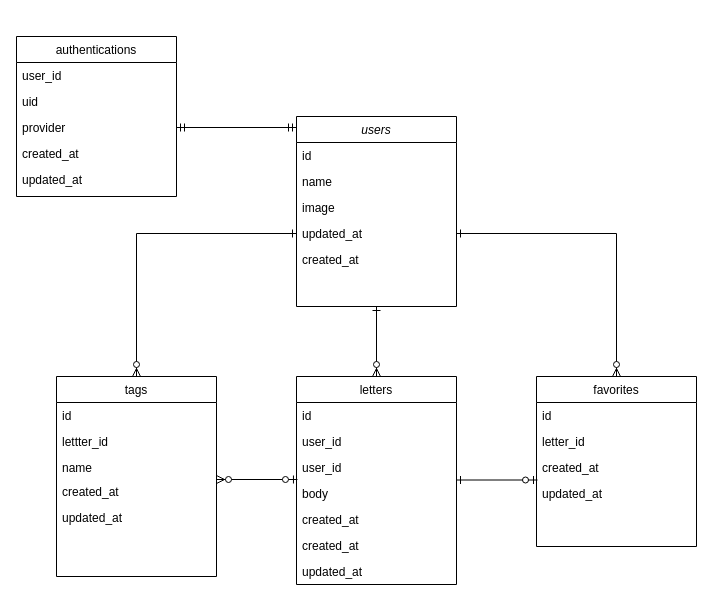
yanokohei/goenbako keeps this draw.io diagram as Untitled Diagram.drawio. Above is the earlier version. Source tidied: cells renumbered, new cells numbered last; positions are measured from the earlier drawing's top-left corner, leaving out a move shared by most shapes. Both pictures are drawn from the tidied source at 100%, with x=0, y=0 at pixel (16, 36).
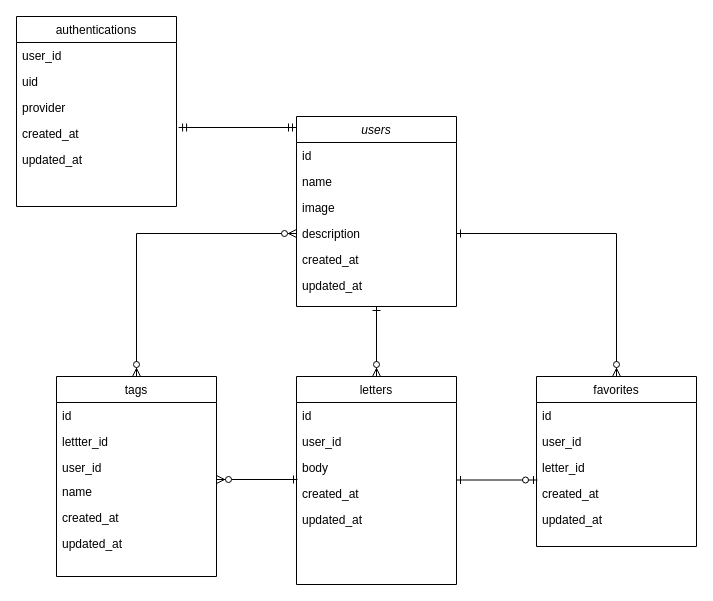
Above is the later version.

The change refers to these unchanged cells:
```xml
<mxCell id="3" value="users" style="swimlane;fontStyle=2;align=center;verticalAlign=top;horizontal=1;startSize=26;rounded=0;shadow=0;strokeWidth=1;" parent="1" vertex="1">
  <mxGeometry x="280" y="80" width="160" height="190" as="geometry" />
</mxCell>
<mxCell id="12" value="provider" style="text;align=left;verticalAlign=top;spacingLeft=4;spacingRight=4;overflow=hidden;points=[[0,0.5],[1,0.5]];portConstraint=eastwest;rounded=0;shadow=0;html=0;" parent="9" vertex="1">
  <mxGeometry y="78" width="160" height="26" as="geometry" />
</mxCell>
<mxCell id="13" value="created_at" style="text;align=left;verticalAlign=top;spacingLeft=4;spacingRight=4;overflow=hidden;points=[[0,0.5],[1,0.5]];portConstraint=eastwest;rounded=0;shadow=0;html=0;" parent="9" vertex="1">
  <mxGeometry y="104" width="160" height="26" as="geometry" />
</mxCell>
<mxCell id="15" value="letters" style="swimlane;fontStyle=0;align=center;verticalAlign=top;horizontal=1;startSize=26;rounded=0;shadow=0;strokeWidth=1;" parent="1" vertex="1">
  <mxGeometry x="280" y="340" width="160" height="208" as="geometry" />
</mxCell>
<mxCell id="24" value="tags" style="swimlane;fontStyle=0;align=center;verticalAlign=top;horizontal=1;startSize=26;rounded=0;shadow=0;strokeWidth=1;" parent="1" vertex="1">
  <mxGeometry x="40" y="340" width="160" height="200" as="geometry" />
</mxCell>
<mxCell id="30" value="favorites" style="swimlane;fontStyle=0;align=center;verticalAlign=top;horizontal=1;startSize=26;rounded=0;shadow=0;strokeWidth=1;" parent="1" vertex="1">
  <mxGeometry x="520" y="340" width="160" height="170" as="geometry" />
</mxCell>
```

Diff of the diagram source:
```diff
@@
+    <mxCell id="39" value="description" style="text;align=left;verticalAlign=top;spacingLeft=4;spacingRight=4;overflow=hidden;points=[[0,0.5],[1,0.5]];portConstraint=eastwest;rounded=0;shadow=0;html=0;" parent="3" vertex="1">
+      <mxGeometry y="104" width="160" height="26" as="geometry" />
+    </mxCell>
+    <mxCell id="8" value="created_at" style="text;align=left;verticalAlign=top;spacingLeft=4;spacingRight=4;overflow=hidden;rounded=0;shadow=0;html=0;" parent="3" vertex="1">
+      <mxGeometry y="130" width="160" height="26" as="geometry" />
+    </mxCell>
     <mxCell id="7" value="updated_at" style="text;align=left;verticalAlign=top;spacingLeft=4;spacingRight=4;overflow=hidden;points=[[0,0.5],[1,0.5]];portConstraint=eastwest;rounded=0;shadow=0;html=0;" parent="3" vertex="1">
-      <mxGeometry y="104" width="160" height="26" as="geometry" />
+      <mxGeometry y="156" width="160" height="26" as="geometry" />
     </mxCell>
-    <mxCell id="8" value="created_at" style="text;align=left;verticalAlign=top;spacingLeft=4;spacingRight=4;overflow=hidden;rounded=0;shadow=0;html=0;" parent="3" vertex="1">
-      <mxGeometry y="130" width="160" height="26" as="geometry" />
-    </mxCell>
     <mxCell id="9" value="authentications" style="swimlane;fontStyle=0;align=center;verticalAlign=top;horizontal=1;startSize=26;rounded=0;shadow=0;strokeWidth=1;" parent="1" vertex="1">
-      <mxGeometry width="160" height="160" as="geometry" />
+      <mxGeometry y="-20" width="160" height="190" as="geometry" />
     </mxCell>
@@
-    <mxCell id="18" value="user_id" style="text;align=left;verticalAlign=top;spacingLeft=4;spacingRight=4;overflow=hidden;points=[[0,0.5],[1,0.5]];portConstraint=eastwest;rounded=0;shadow=0;html=0;" parent="15" vertex="1">
-      <mxGeometry y="78" width="160" height="26" as="geometry" />
-    </mxCell>
     <mxCell id="19" value="body" style="text;align=left;verticalAlign=top;spacingLeft=4;spacingRight=4;overflow=hidden;rounded=0;shadow=0;html=0;" parent="15" vertex="1">
-      <mxGeometry y="104" width="160" height="26" as="geometry" />
+      <mxGeometry y="78" width="160" height="26" as="geometry" />
     </mxCell>
     <mxCell id="20" value="created_at" style="text;align=left;verticalAlign=top;spacingLeft=4;spacingRight=4;overflow=hidden;rounded=0;shadow=0;html=0;" parent="15" vertex="1">
-      <mxGeometry y="130" width="160" height="26" as="geometry" />
+      <mxGeometry y="104" width="160" height="26" as="geometry" />
     </mxCell>
-    <mxCell id="21" value="created_at" style="text;align=left;verticalAlign=top;spacingLeft=4;spacingRight=4;overflow=hidden;rounded=0;shadow=0;html=0;" parent="15" vertex="1">
-      <mxGeometry y="156" width="160" height="26" as="geometry" />
-    </mxCell>
     <mxCell id="22" value="updated_at" style="text;align=left;verticalAlign=top;spacingLeft=4;spacingRight=4;overflow=hidden;rounded=0;shadow=0;html=0;" parent="15" vertex="1">
-      <mxGeometry y="182" width="160" height="26" as="geometry" />
+      <mxGeometry y="130" width="160" height="26" as="geometry" />
     </mxCell>
-    <mxCell id="23" style="edgeStyle=none;rounded=0;jettySize=auto;html=1;exitX=0.5;exitY=0;exitDx=0;exitDy=0;startArrow=ERzeroToMany;startFill=1;endArrow=ERone;endFill=0;" parent="1" edge="1" source="24">
+    <mxCell id="23" style="edgeStyle=none;rounded=0;jettySize=auto;html=1;exitX=0.5;exitY=0;exitDx=0;exitDy=0;startArrow=ERzeroToMany;startFill=1;endArrow=ERzeroToMany;endFill=1;" parent="1" edge="1" source="24">
       <mxGeometry relative="1" as="geometry">
         <mxPoint x="280" y="197" as="targetPoint" />
         <Array as="points">
           <mxPoint x="120" y="197" />
         </Array>
       </mxGeometry>
     </mxCell>
@@
-    <mxCell id="27" value="name" style="text;align=left;verticalAlign=top;spacingLeft=4;spacingRight=4;overflow=hidden;rounded=0;shadow=0;html=0;" parent="24" vertex="1">
+    <mxCell id="27" value="user_id" style="text;align=left;verticalAlign=top;spacingLeft=4;spacingRight=4;overflow=hidden;rounded=0;shadow=0;html=0;" parent="24" vertex="1">
       <mxGeometry y="78" width="160" height="24" as="geometry" />
     </mxCell>
-    <mxCell id="28" value="created_at" style="text;align=left;verticalAlign=top;spacingLeft=4;spacingRight=4;overflow=hidden;rounded=0;shadow=0;html=0;" parent="24" vertex="1">
+    <mxCell id="28" value="name" style="text;align=left;verticalAlign=top;spacingLeft=4;spacingRight=4;overflow=hidden;rounded=0;shadow=0;html=0;" parent="24" vertex="1">
       <mxGeometry y="102" width="160" height="26" as="geometry" />
     </mxCell>
-    <mxCell id="29" value="updated_at" style="text;align=left;verticalAlign=top;spacingLeft=4;spacingRight=4;overflow=hidden;rounded=0;shadow=0;html=0;" parent="24" vertex="1">
+    <mxCell id="29" value="created_at" style="text;align=left;verticalAlign=top;spacingLeft=4;spacingRight=4;overflow=hidden;rounded=0;shadow=0;html=0;" parent="24" vertex="1">
       <mxGeometry y="128" width="160" height="26" as="geometry" />
     </mxCell>
+    <mxCell id="40" value="updated_at" style="text;align=left;verticalAlign=top;spacingLeft=4;spacingRight=4;overflow=hidden;rounded=0;shadow=0;html=0;" parent="24" vertex="1">
+      <mxGeometry y="154" width="160" height="26" as="geometry" />
+    </mxCell>
@@
+    <mxCell id="18" value="user_id" style="text;align=left;verticalAlign=top;spacingLeft=4;spacingRight=4;overflow=hidden;points=[[0,0.5],[1,0.5]];portConstraint=eastwest;rounded=0;shadow=0;html=0;" parent="30" vertex="1">
+      <mxGeometry y="52" width="160" height="26" as="geometry" />
+    </mxCell>
     <mxCell id="32" value="letter_id" style="text;align=left;verticalAlign=top;spacingLeft=4;spacingRight=4;overflow=hidden;rounded=0;shadow=0;html=0;" parent="30" vertex="1">
-      <mxGeometry y="52" width="160" height="26" as="geometry" />
+      <mxGeometry y="78" width="160" height="26" as="geometry" />
     </mxCell>
     <mxCell id="33" value="created_at" style="text;align=left;verticalAlign=top;spacingLeft=4;spacingRight=4;overflow=hidden;rounded=0;shadow=0;html=0;" parent="30" vertex="1">
-      <mxGeometry y="78" width="160" height="26" as="geometry" />
+      <mxGeometry y="104" width="160" height="26" as="geometry" />
     </mxCell>
     <mxCell id="34" value="updated_at" style="text;align=left;verticalAlign=top;spacingLeft=4;spacingRight=4;overflow=hidden;rounded=0;shadow=0;html=0;" parent="30" vertex="1">
-      <mxGeometry y="104" width="160" height="26" as="geometry" />
+      <mxGeometry y="130" width="160" height="26" as="geometry" />
     </mxCell>
-    <mxCell id="35" style="edgeStyle=none;rounded=0;jettySize=auto;html=1;exitX=1;exitY=0.5;exitDx=0;exitDy=0;startArrow=ERmandOne;startFill=0;endArrow=ERmandOne;endFill=0;" parent="1" edge="1" source="12">
+    <mxCell id="35" style="edgeStyle=none;rounded=0;jettySize=auto;html=1;exitX=1.013;exitY=0.269;exitDx=0;exitDy=0;startArrow=ERmandOne;startFill=0;endArrow=ERmandOne;endFill=0;exitPerimeter=0;" parent="1" edge="1" source="13">
       <mxGeometry relative="1" as="geometry">
         <mxPoint x="280" y="91" as="targetPoint" />
+        <Array as="points">
+          <mxPoint x="170" y="91" />
+        </Array>
       </mxGeometry>
     </mxCell>
-    <mxCell id="36" style="edgeStyle=none;rounded=0;jettySize=auto;html=1;exitX=1;exitY=0.5;exitDx=0;exitDy=0;startArrow=ERone;startFill=0;endArrow=ERzeroToMany;endFill=1;entryX=0.5;entryY=0;entryDx=0;entryDy=0;" parent="1" edge="1" source="7" target="30">
+    <mxCell id="36" style="edgeStyle=none;rounded=0;jettySize=auto;html=1;startArrow=ERone;startFill=0;endArrow=ERzeroToMany;endFill=1;entryX=0.5;entryY=0;entryDx=0;entryDy=0;exitX=1;exitY=0.5;exitDx=0;exitDy=0;" parent="1" edge="1" source="39" target="30">
       <mxGeometry relative="1" as="geometry">
         <Array as="points">
           <mxPoint x="600" y="197" />
         </Array>
       </mxGeometry>
     </mxCell>
-    <mxCell id="37" style="edgeStyle=none;rounded=0;jettySize=auto;html=1;startArrow=ERzeroToMany;startFill=1;endArrow=ERzeroToOne;endFill=1;entryX=0.006;entryY=0.962;entryDx=0;entryDy=0;entryPerimeter=0;" parent="1" edge="1" target="18">
+    <mxCell id="37" style="edgeStyle=none;rounded=0;orthogonalLoop=1;jettySize=auto;html=1;startArrow=ERzeroToMany;startFill=1;endArrow=ERone;endFill=0;entryX=0.006;entryY=0.962;entryDx=0;entryDy=0;entryPerimeter=0;" parent="1" edge="1">
       <mxGeometry relative="1" as="geometry">
         <mxPoint x="200" y="443" as="sourcePoint" />
+        <mxPoint x="281" y="443" as="targetPoint" />
       </mxGeometry>
     </mxCell>
```
